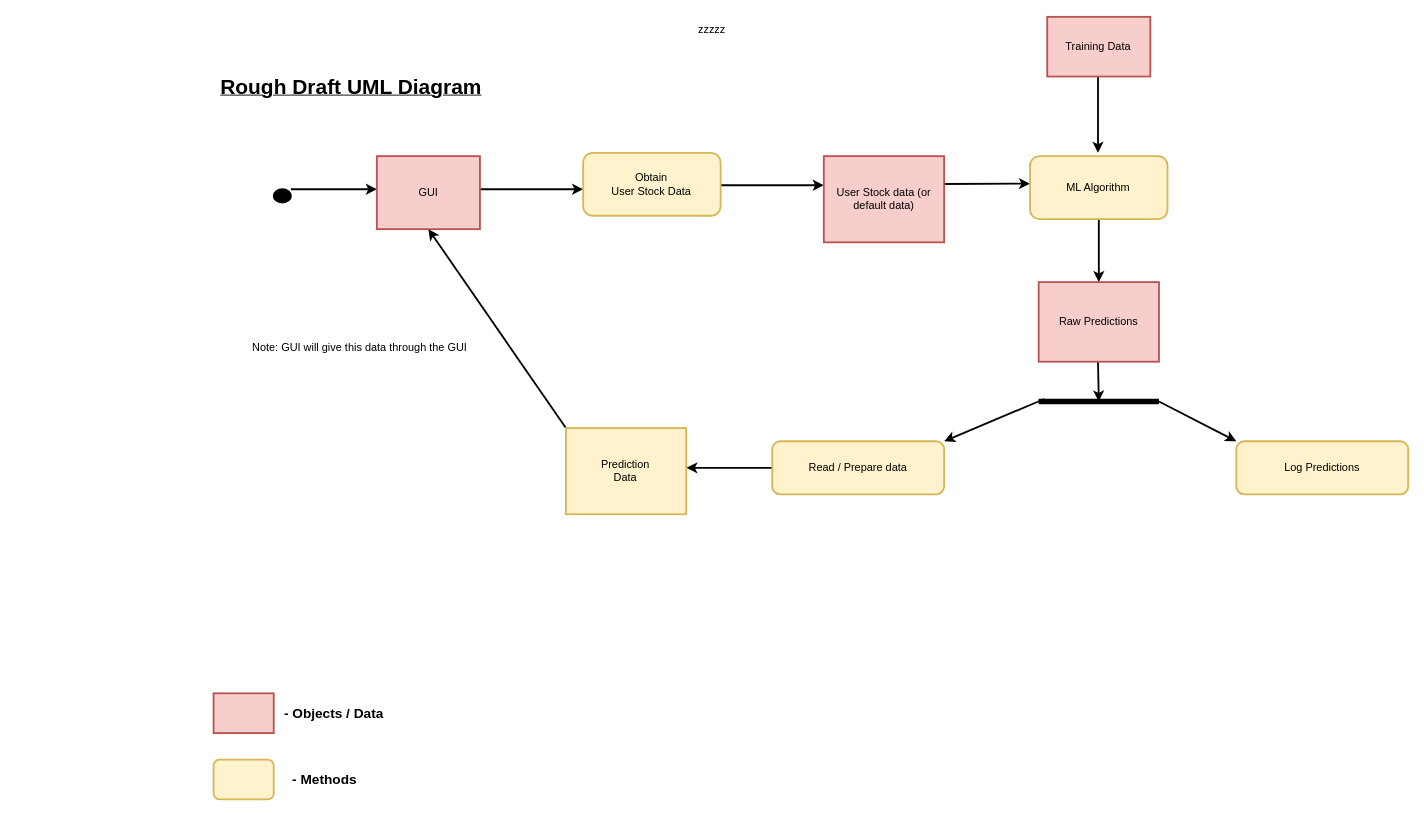
Before: Diagrams/rough_Draft_UML.drawio in viewtifultiger/Comp380Project, a draw.io diagram. Source tidied: cells renumbered, new cells numbered last; positions are measured from the earlier drawing's top-left corner, leaving out a move shared by most shapes. Both pictures are drawn from the tidied source at 91%, with x=0, y=0 at pixel (15, 16).
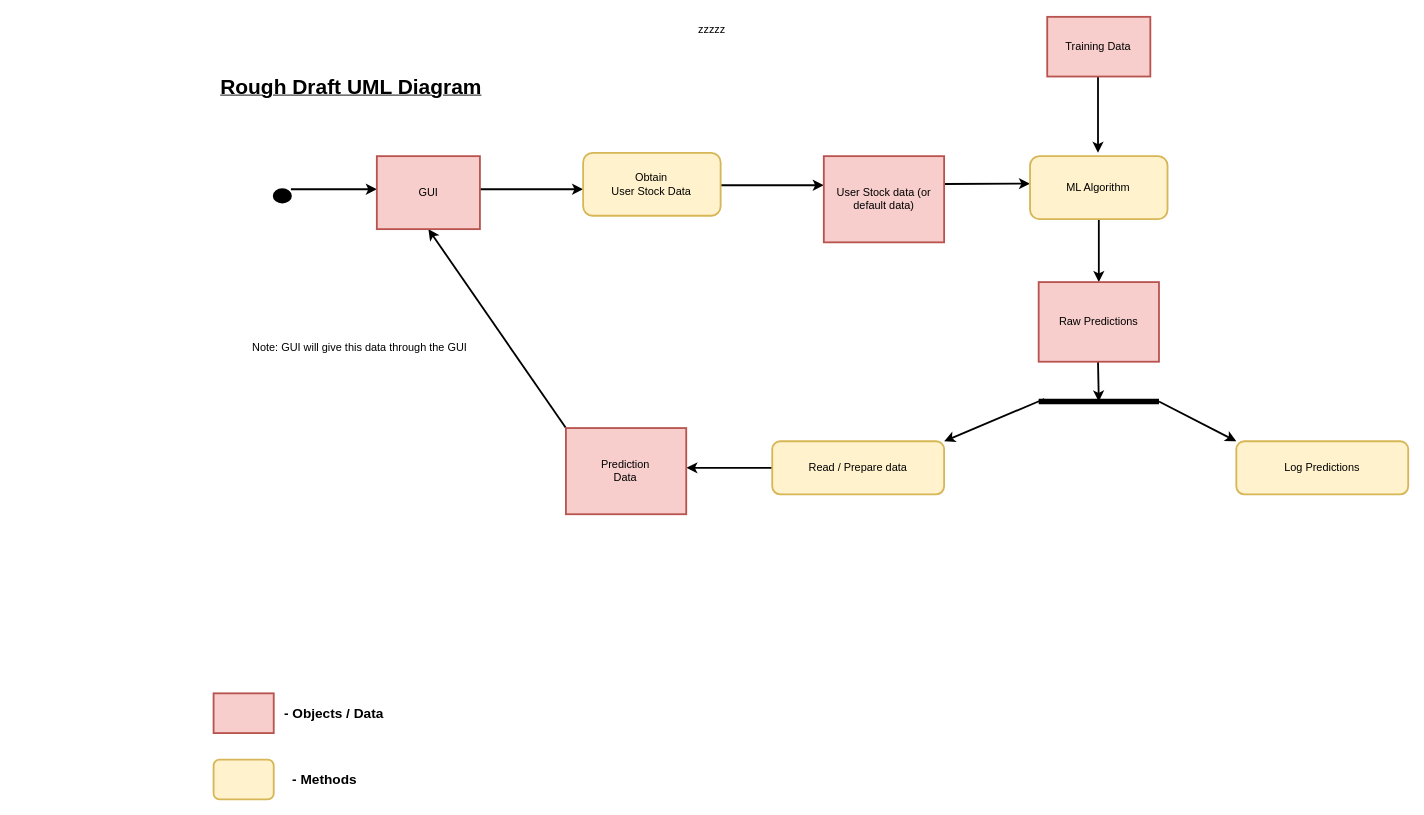
Above is the later version.

Unchanged cells that the change refers to:
```xml
<mxCell id="18" style="group;" parent="2" vertex="1">
  <mxGeometry x="217.2" width="1048.3" height="860" as="geometry" />
</mxCell>
```

Change to the diagram source:
```diff
@@
-    <mxCell id="26" value="&lt;div&gt;Prediction&lt;/div&gt;&lt;div&gt;Data&lt;br&gt;&lt;/div&gt;" style="rounded=0;whiteSpace=wrap;html=1;strokeWidth=2;fillColor=#fff2cc;strokeColor=#d6b656;" parent="18" vertex="1">
+    <mxCell id="26" value="&lt;div&gt;Prediction&lt;/div&gt;&lt;div&gt;Data&lt;br&gt;&lt;/div&gt;" style="rounded=0;whiteSpace=wrap;html=1;strokeWidth=2;fillColor=#f8cecc;strokeColor=#b85450;" parent="18" vertex="1">
       <mxGeometry x="387.2" y="451.9" width="132.2" height="94.7" as="geometry" />
     </mxCell>
```
